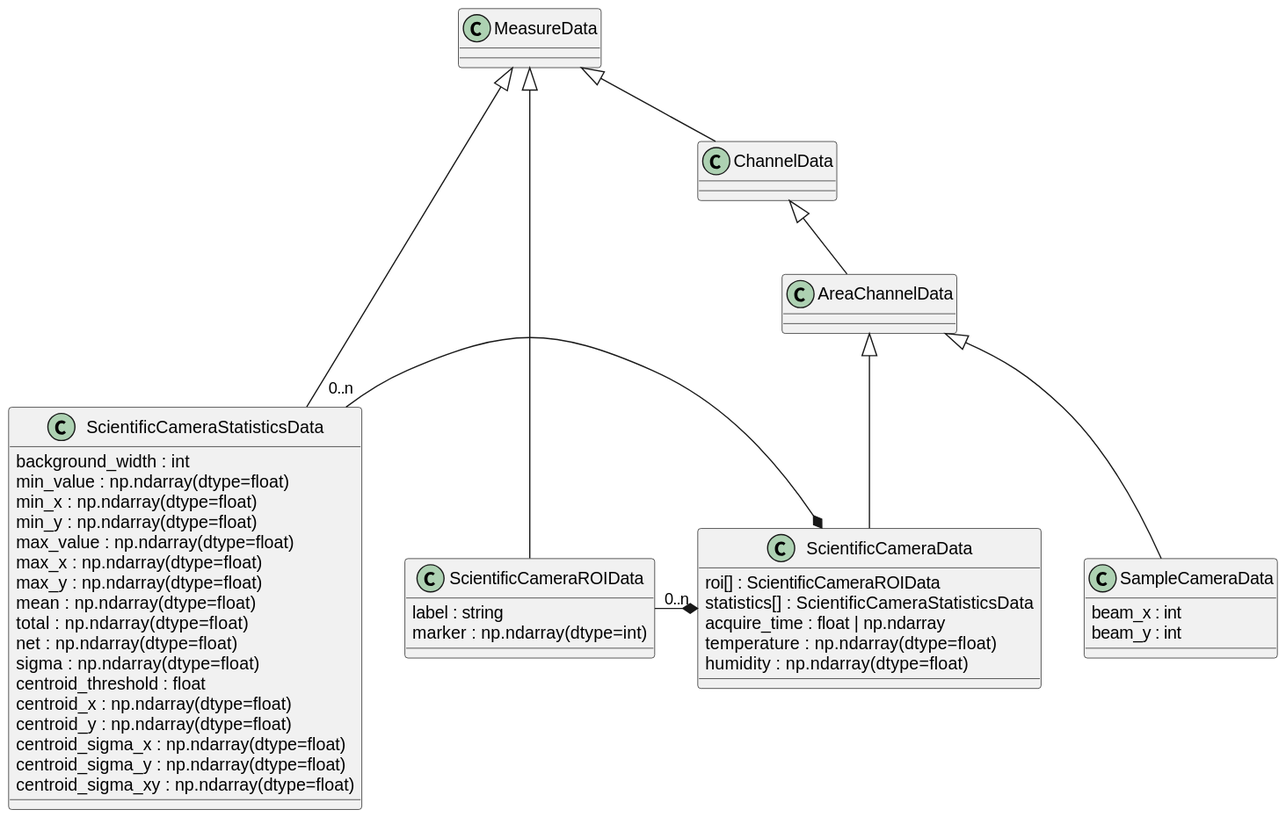
Before: docs/uml/areachannel.svg, a diagram exported from PlantUML (tillbiskup/evedata).
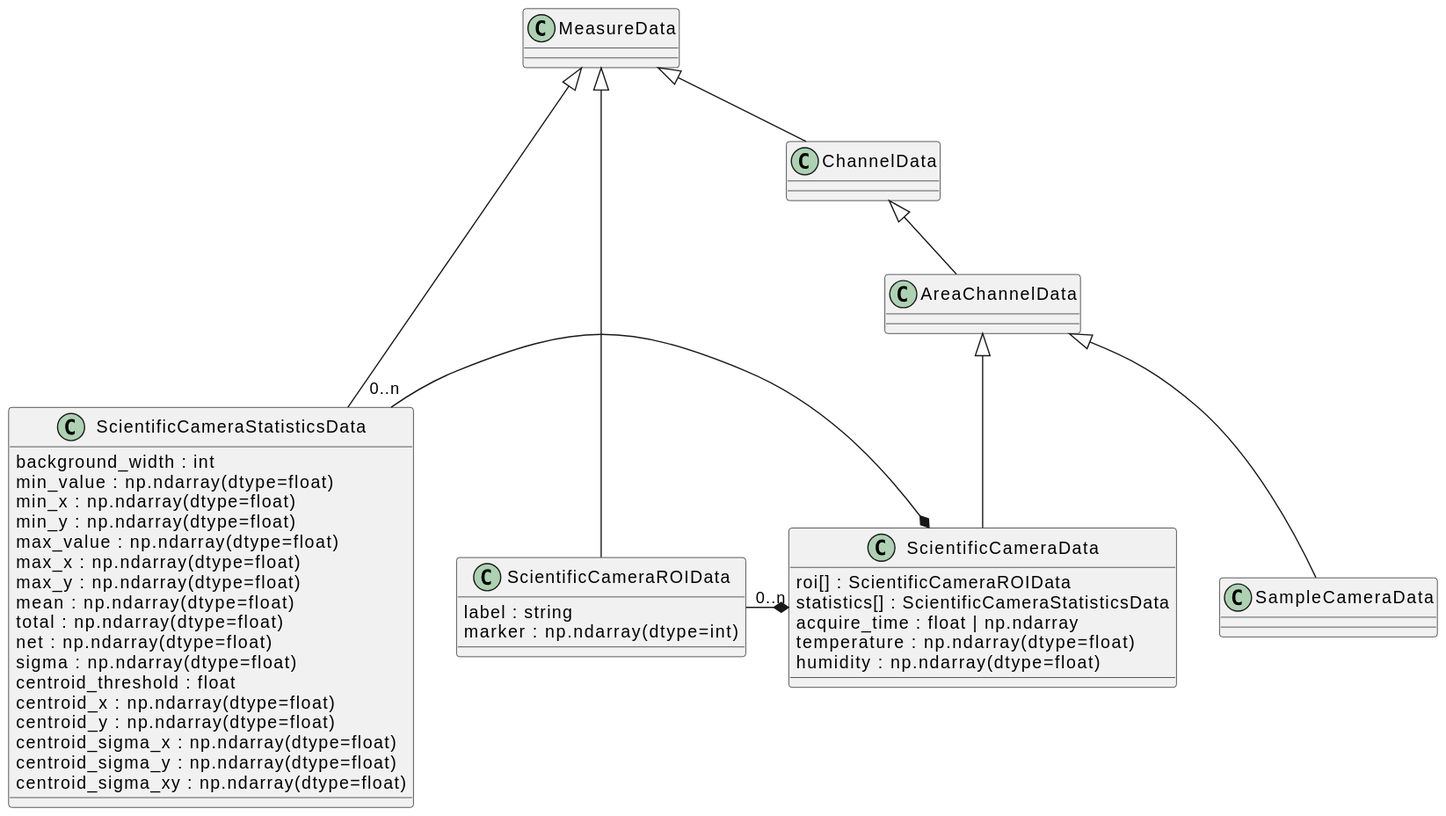
Above is the later version.

Diff of the diagram source:
```diff
@@ -5,8 +5,6 @@
 class AreaChannelData extends ChannelData
 
 class SampleCameraData extends AreaChannelData {
-    beam_x : int
-    beam_y : int
 }
 
 class ScientificCameraData extends AreaChannelData {
```
